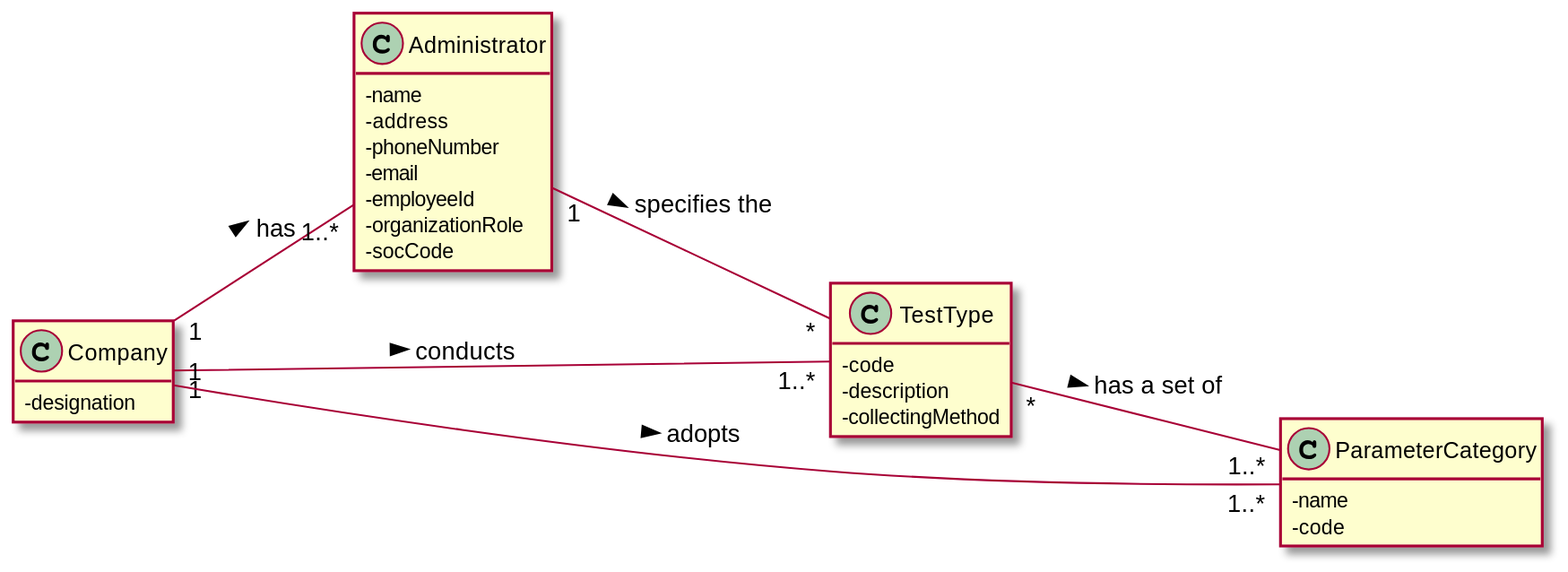
Earlier version of the PlantUML export docs/SprintB/US09/US09_DM.svg (manu-07-ela/LAPR2_ISEP).
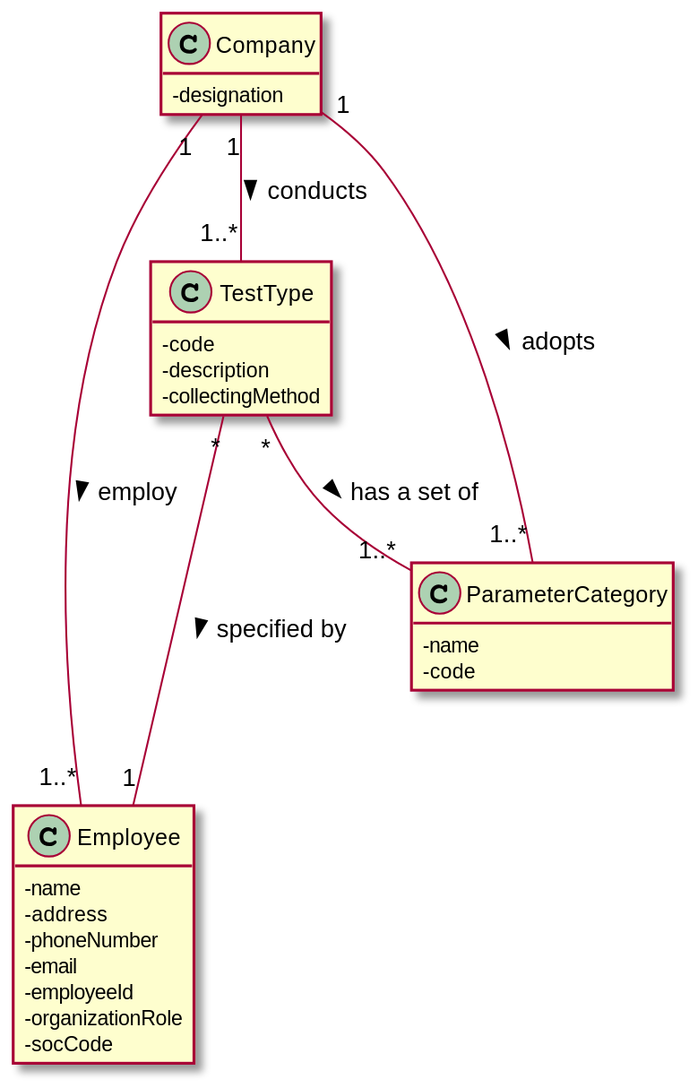
The same file after the commit.

The edit, as a diff of the source:
```diff
@@ -1,6 +1,5 @@
 @startuml
 hide methods
-left to right direction
 skinparam classAttributeIconSize 0
 
 class Company{
@@ -8,7 +7,7 @@
 }
 
 
-class Administrator{
+class Employee{
 -name
 -address
 -phoneNumber
@@ -31,10 +30,10 @@
 }
 
 
-Company "1"--"1..*" Administrator : has >
+Company "1"---"1..*" Employee : employ >
 Company "1"--"1..*" TestType : conducts >
 Company "1"--"1..*" ParameterCategory : adopts >
-Administrator "1"--"*" TestType : specifies the >
+TestType "*"---"1" Employee : specified by >
 TestType "*"--"1..*" ParameterCategory : has a set of >
 
 @enduml
```
